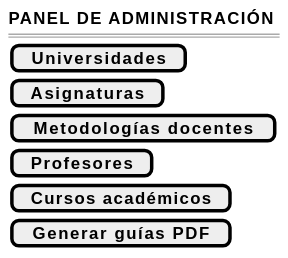
Before: images/RUP/01-requisitos/03-detalle-casos-uso/abrirPanelAdministracion/wireframe.svg, a diagram exported from PlantUML (mmasias/pyCeldaPublico).
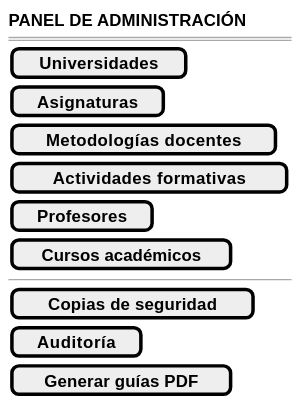
The same file after the commit.

Diff of the diagram source:
```diff
@@ -5,8 +5,12 @@
     [ <b>Universidades</b> ]
     [ <b>Asignaturas</b> ]
     [ <b>Metodologías docentes</b> ]
+    [ <b>Actividades formativas</b> ]
     [ <b>Profesores</b> ]
     [ <b>Cursos académicos</b> ]
+    --
+    [ <b>Copias de seguridad</b> ]
+    [ <b>Auditoría</b> ]
     [ <b>Generar guías PDF</b> ]
 }
 @endsalt
```
